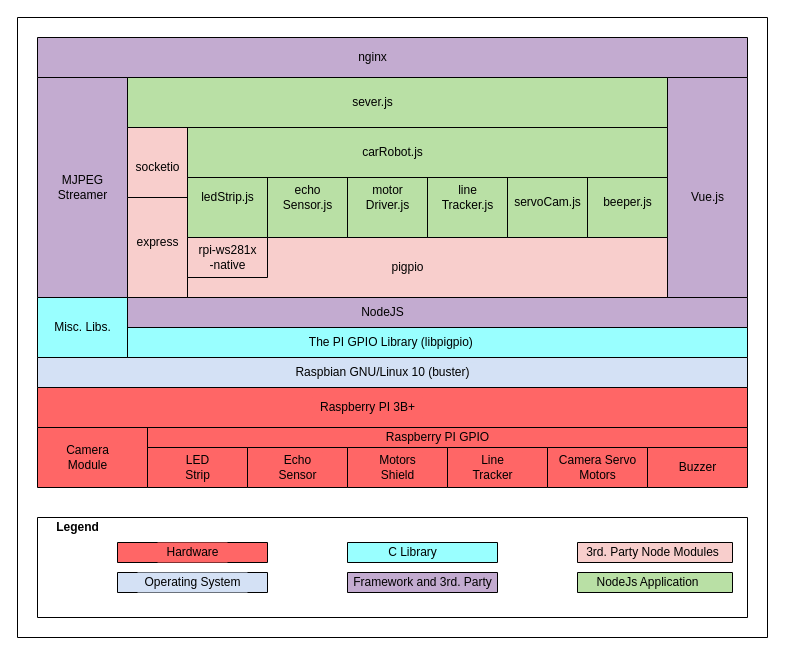
The draw.io diagram assets/BlockDiagram.drawio in wdmartins/pi-robot-car, before the edit. Source tidied: cells renumbered, new cells numbered last; positions are measured from the earlier drawing's top-left corner, leaving out a move shared by most shapes. Both pictures are drawn from the tidied source at 100%, with x=0, y=0 at pixel (17, 17).
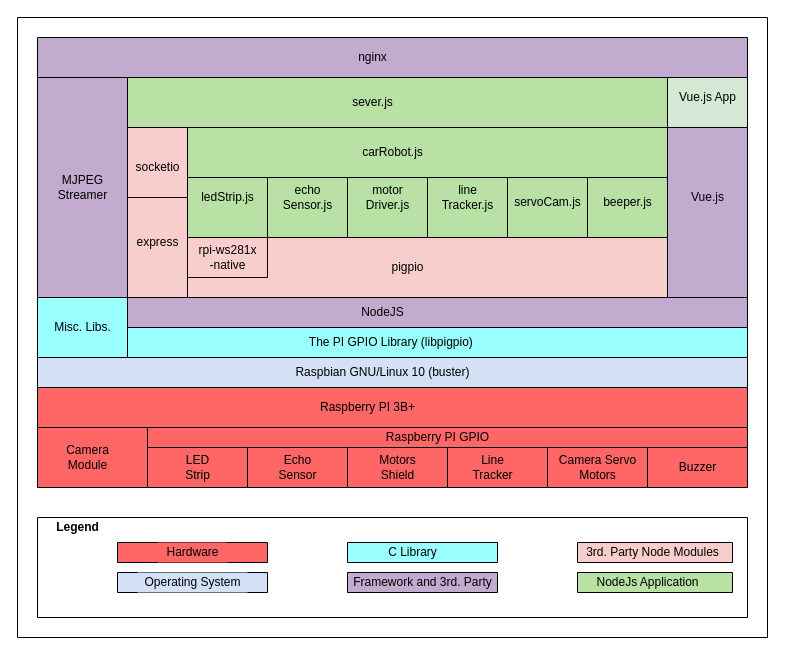
After the change.

What changed in the source:
```diff
@@
     <mxCell id="38" style="verticalLabelPosition=bottom;verticalAlign=top;html=1;shape=mxgraph.basic.rect;fillColor2=none;strokeWidth=1;size=20;indent=5;rounded=0;labelBackgroundColor=#D4E1F5;fillColor=#C3ABD0;" parent="1" vertex="1">
-      <mxGeometry x="650" y="60" width="80" height="220" as="geometry" />
+      <mxGeometry x="650" y="110" width="80" height="170" as="geometry" />
     </mxCell>
@@
-    <mxCell id="55" style="verticalLabelPosition=bottom;verticalAlign=top;html=1;shape=mxgraph.basic.rect;fillColor2=none;strokeWidth=1;size=20;indent=5;rounded=0;labelBackgroundColor=#D4E1F5;fillColor=#B9E0A5;" parent="1" vertex="1">
+    <mxCell id="55" style="verticalLabelPosition=bottom;verticalAlign=top;html=1;shape=mxgraph.basic.rect;fillColor2=none;strokeWidth=1;size=20;indent=5;rounded=0;labelBackgroundColor=#D4E1F5;fillColor=#B9E0A5;labelBorderColor=none;" parent="1" vertex="1">
       <mxGeometry x="110" y="60" width="540" height="50" as="geometry" />
     </mxCell>
@@
+    <mxCell id="73" style="verticalLabelPosition=bottom;verticalAlign=top;html=1;shape=mxgraph.basic.rect;fillColor2=none;strokeWidth=1;size=20;indent=5;rounded=0;labelBackgroundColor=#D4E1F5;fillColor=#D5E8D4;" parent="1" vertex="1">
+      <mxGeometry x="650" y="60" width="80" height="50" as="geometry" />
+    </mxCell>
+    <mxCell id="74" value="Vue.js App" style="text;html=1;align=center;verticalAlign=middle;fillColor=none;strokeColor=none;rounded=0;labelBackgroundColor=#D5E8D4;" parent="1" vertex="1">
+      <mxGeometry x="655" y="70" width="70" height="20" as="geometry" />
+    </mxCell>
```
